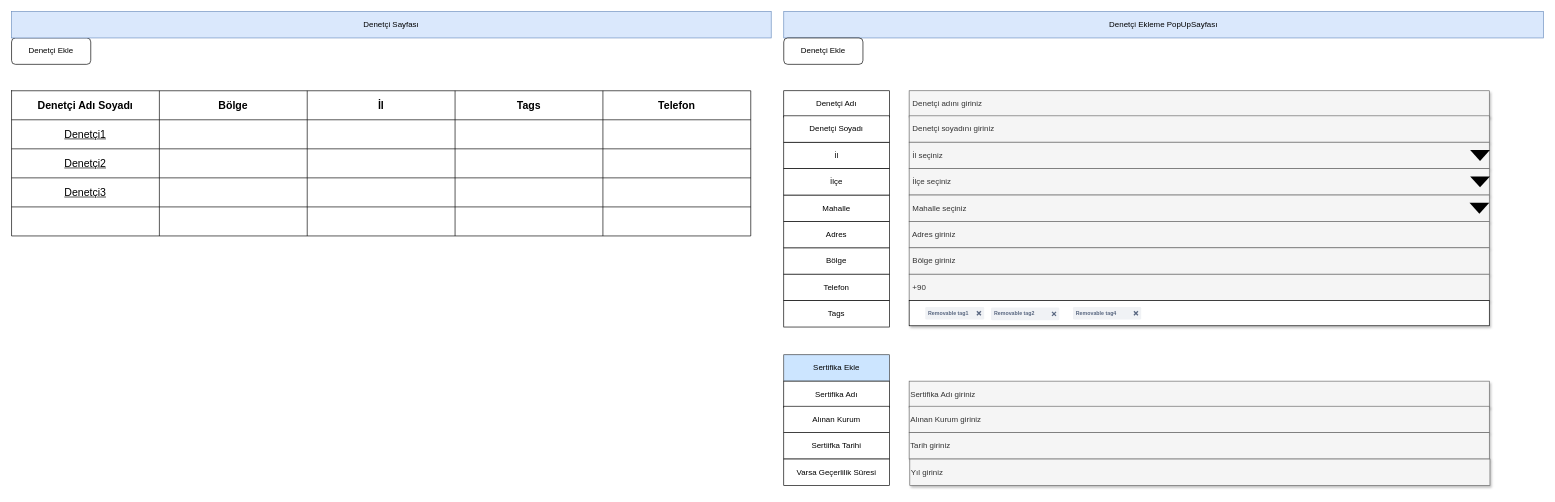
The draw.io diagram page "Denetçi" (2 of 4) of Defining Pages.drawio in baydioglu/draw.io, before the edit. Source tidied: cells renumbered, new cells numbered last; positions are measured from the earlier drawing's top-left corner, leaving out a move shared by most shapes. Both pictures are drawn from the tidied source at 66%, with x=0, y=0 at pixel (11, 11). Pictures stored in the file or linked from it are replaced by grey dashed boxes.
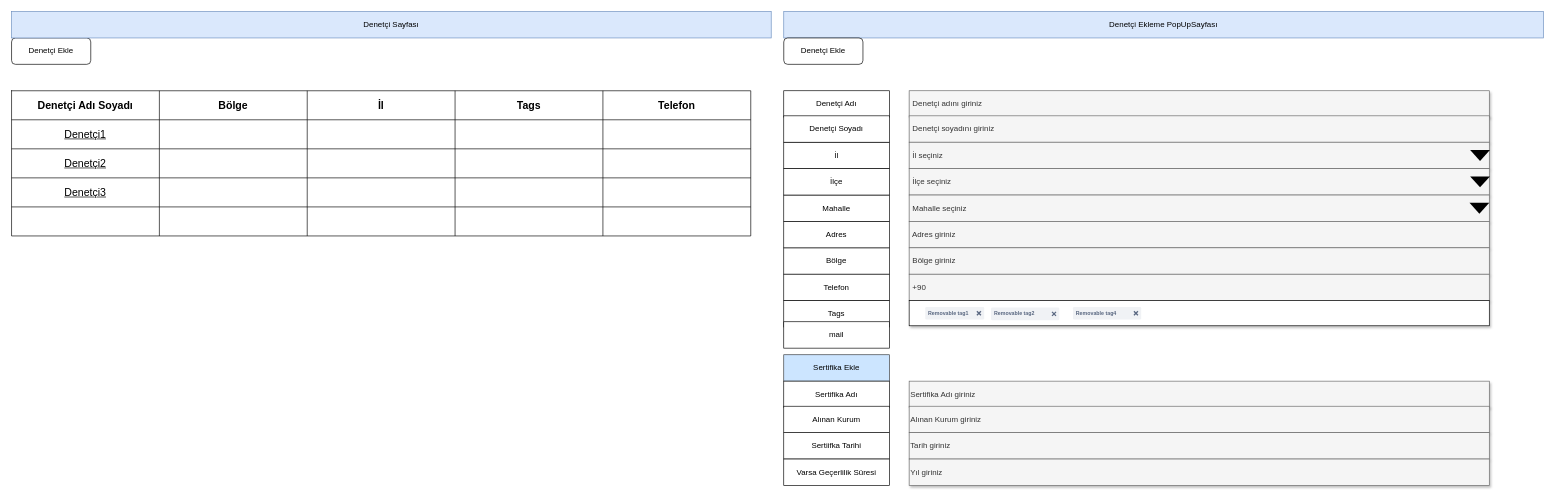
Above is the later version.

Diff of the diagram source:
```diff
@@
     <mxCell id="75" value="Yıl giriniz" style="rounded=0;whiteSpace=wrap;html=1;shadow=1;fillColor=#f5f5f5;fontColor=#333333;strokeColor=#666666;align=left;" parent="1" vertex="1">
-      <mxGeometry x="1361" y="678" width="879" height="40" as="geometry" />
+      <mxGeometry x="1360" y="678" width="879" height="40" as="geometry" />
     </mxCell>
+    <mxCell id="76" value="mail" style="rounded=0;whiteSpace=wrap;html=1;" parent="1" vertex="1">
+      <mxGeometry x="1170" y="470" width="160" height="40" as="geometry" />
+    </mxCell>
```
